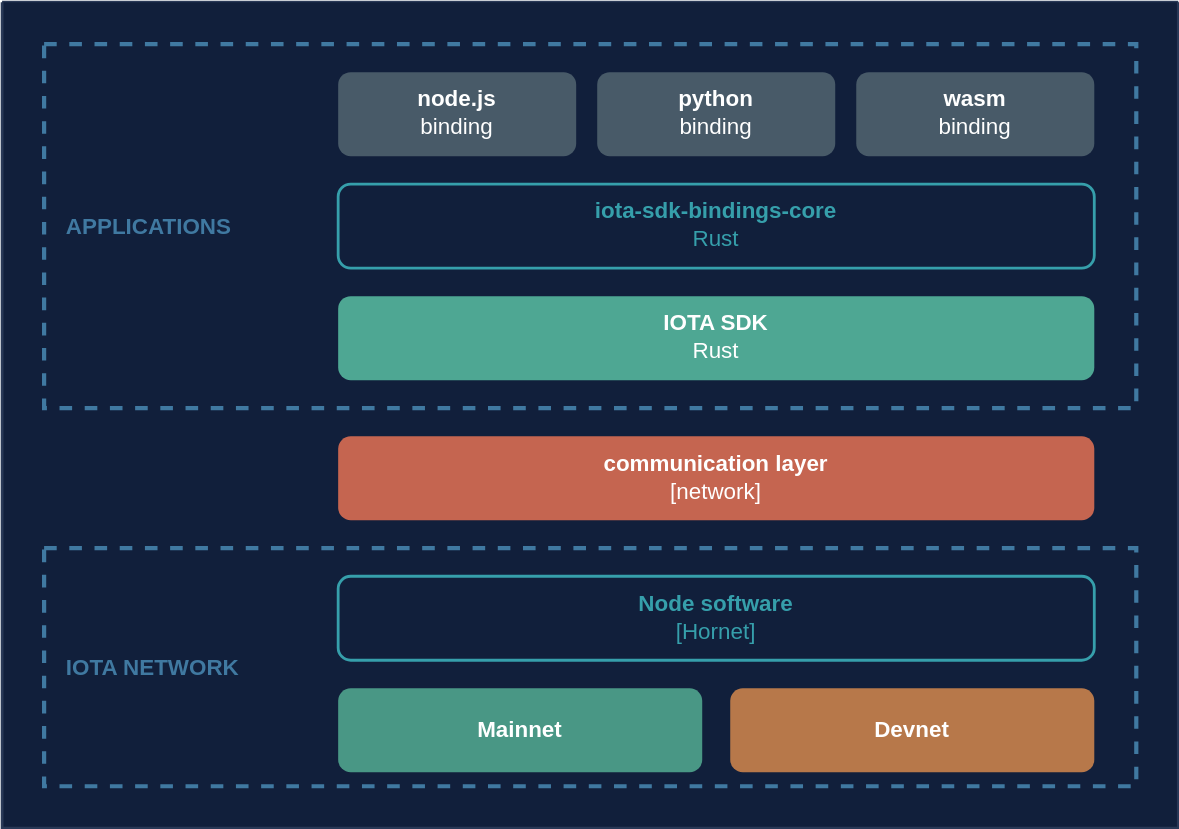
iotaledger/iota-wiki keeps this draw.io diagram as static/img/layered_overview.svg. Above is the earlier version. Source tidied: cells renumbered, new cells last; positions are measured from the earlier drawing's top-left corner, leaving out a move shared by most shapes.
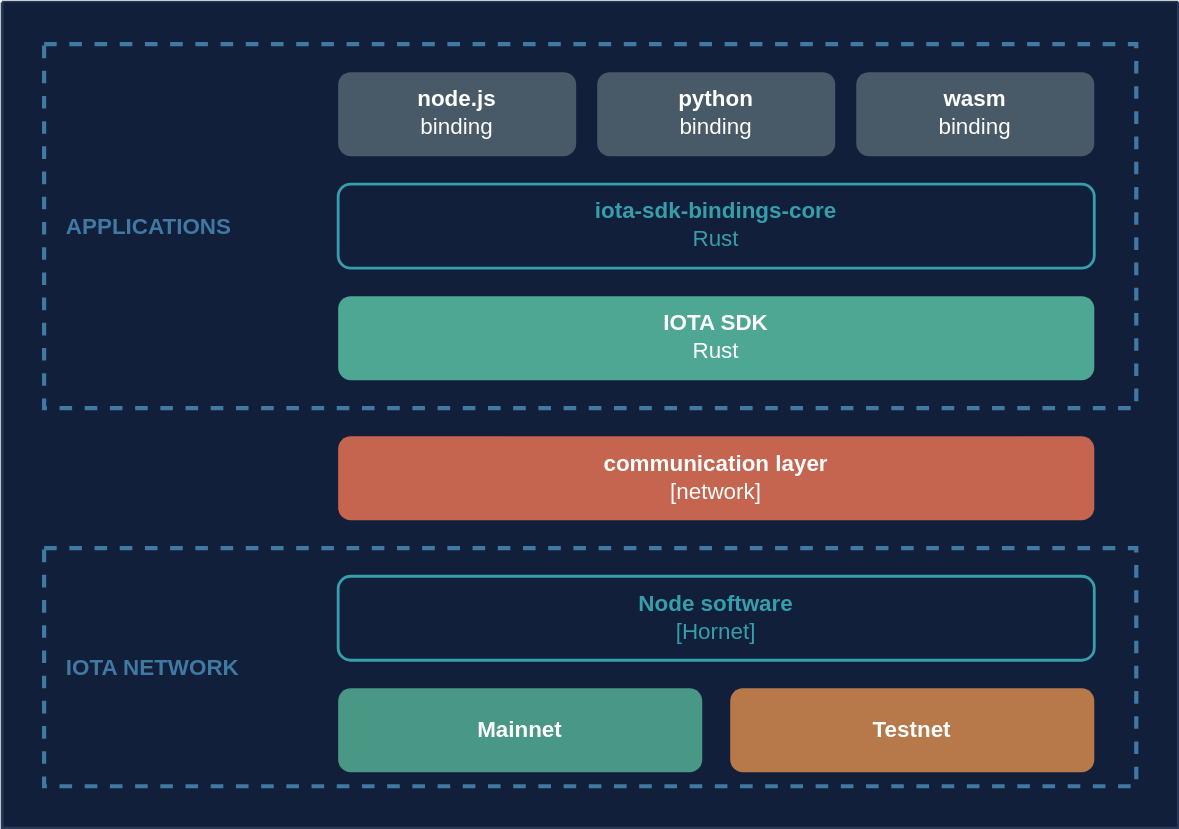
The same file after the commit.

What changed in the source:
```diff
@@ -38,7 +38,7 @@
     <mxCell id="11" value="&lt;span style=&quot;line-height: 1; font-size: 16px;&quot;&gt;&lt;font style=&quot;font-size: 16px;&quot;&gt;&lt;b&gt;Mainnet&lt;/b&gt;&lt;br style=&quot;font-size: 16px;&quot;&gt;&lt;/font&gt;&lt;/span&gt;" style="rounded=1;whiteSpace=wrap;html=1;fontFamily=Helvetica;fontSize=16;fillColor=#499785;spacingBottom=3;strokeColor=none;fontColor=#FFFFFF;" parent="2" vertex="1">
       <mxGeometry x="240" y="490" width="260" height="60" as="geometry" />
     </mxCell>
-    <mxCell id="12" value="&lt;span style=&quot;line-height: 1; font-size: 16px;&quot;&gt;&lt;font style=&quot;font-size: 16px;&quot;&gt;&lt;b&gt;Devnet&lt;/b&gt;&lt;br style=&quot;font-size: 16px;&quot;&gt;&lt;/font&gt;&lt;/span&gt;" style="rounded=1;whiteSpace=wrap;html=1;fontFamily=Helvetica;fontSize=16;fillColor=#B7784A;spacingBottom=3;strokeColor=none;fontColor=#FFFFFF;" parent="2" vertex="1">
+    <mxCell id="12" value="&lt;span style=&quot;line-height: 1; font-size: 16px;&quot;&gt;&lt;font style=&quot;font-size: 16px;&quot;&gt;&lt;b&gt;Testnet&lt;/b&gt;&lt;br style=&quot;font-size: 16px;&quot;&gt;&lt;/font&gt;&lt;/span&gt;" style="rounded=1;whiteSpace=wrap;html=1;fontFamily=Helvetica;fontSize=16;fillColor=#B7784A;spacingBottom=3;strokeColor=none;fontColor=#FFFFFF;" parent="2" vertex="1">
       <mxGeometry x="520" y="490" width="260" height="60" as="geometry" />
     </mxCell>
     <mxCell id="13" value="&lt;span style=&quot;font-size: 16px; line-height: 1;&quot;&gt;&lt;font style=&quot;font-size: 16px;&quot;&gt;&lt;b&gt;python&lt;br&gt;&lt;/b&gt;binding&lt;/font&gt;&lt;/span&gt;" style="rounded=1;whiteSpace=wrap;html=1;fontFamily=Helvetica;fontSize=16;fillColor=#485A68;spacingBottom=3;strokeColor=none;fontColor=#FFFFFF;" parent="2" vertex="1">
```
